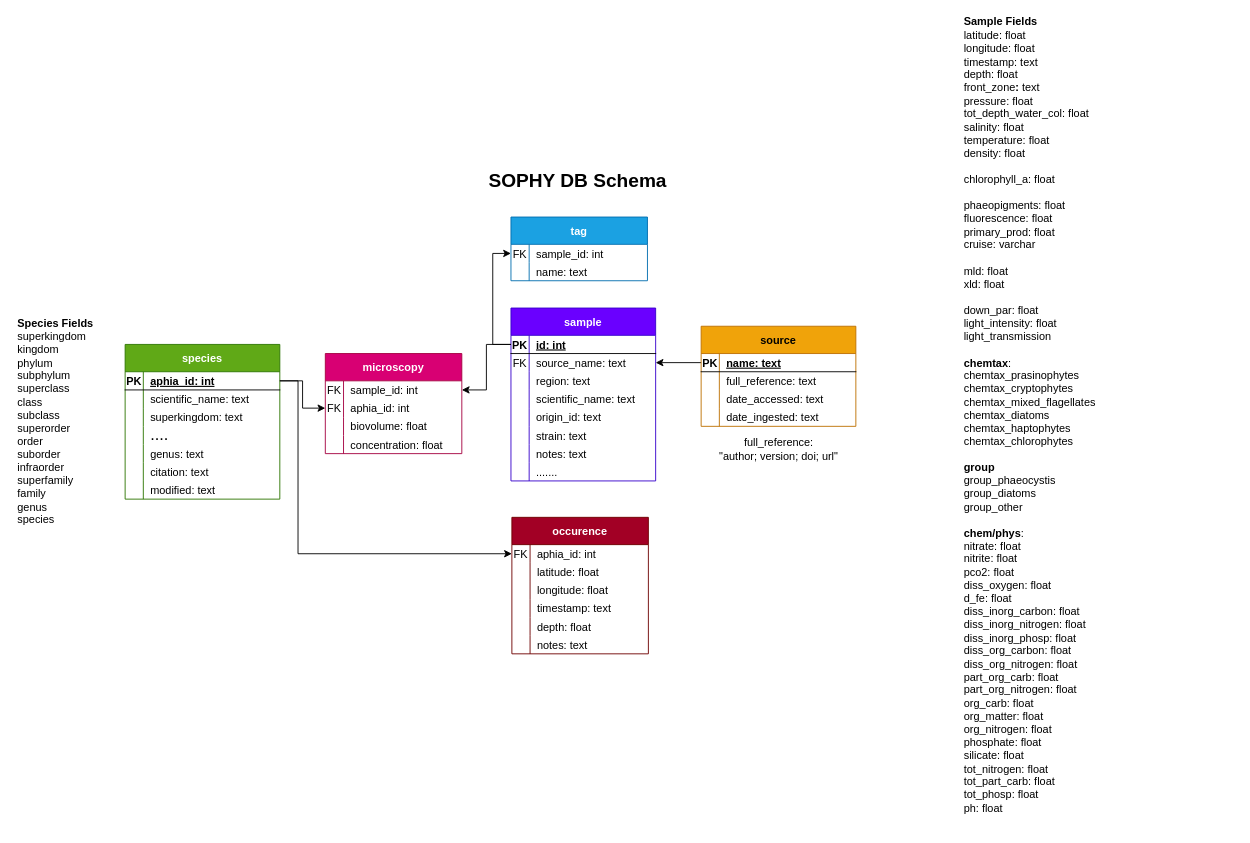
ayushnag/sophy keeps this draw.io diagram as page "schema_v9" (8 of 8) of schemas/sophy.drawio. Above is the earlier version. Source tidied: cells renumbered, new cells numbered last; positions are measured from the earlier drawing's top-left corner, leaving out a move shared by most shapes. Both pictures are drawn from the tidied source at 91%, with x=0, y=0 at pixel (15, 25).
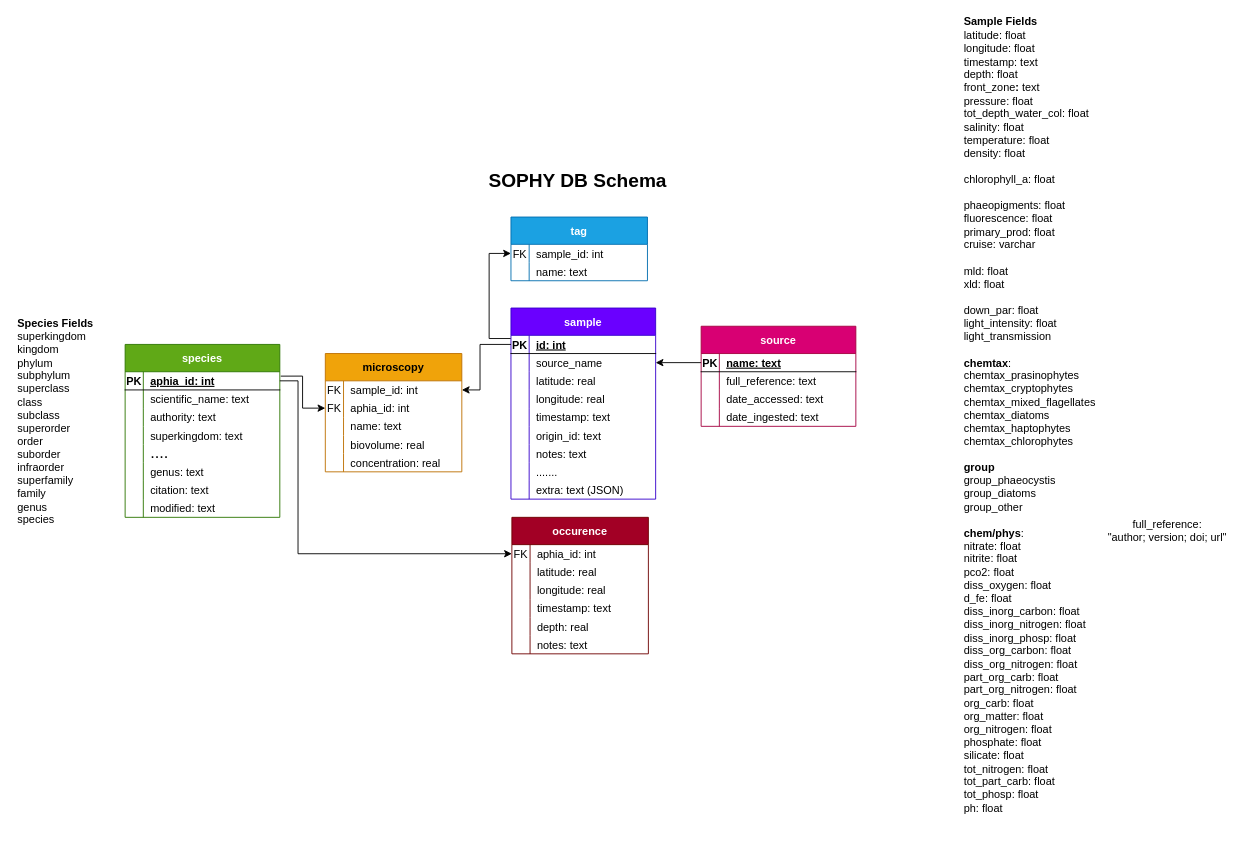
The same diagram, later.

Commit message (it also covers changes not shown here):
Refactored schema to hold JSON data as extra cols

The change refers to these unchanged cells:
```xml
<mxCell id="4" style="shape=partialRectangle;fillColor=none;top=0;left=0;bottom=0;right=0;points=[[0,0.5],[1,0.5]];portConstraint=eastwest;" parent="3" vertex="1">
  <mxGeometry y="30" width="150" height="20" as="geometry" />
</mxCell>
<mxCell id="7" style="shape=partialRectangle;fillColor=none;top=0;left=0;bottom=0;right=0;" parent="3" vertex="1">
  <mxGeometry y="50" width="150" height="20" as="geometry" />
</mxCell>
<mxCell id="10" style="shape=partialRectangle;fillColor=none;top=0;left=0;bottom=0;right=0;" parent="3" vertex="1">
  <mxGeometry y="70" width="150" height="20" as="geometry" />
</mxCell>
<mxCell id="16" style="shape=partialRectangle;fillColor=none;top=0;left=0;bottom=0;right=0;" parent="3" vertex="1">
  <mxGeometry y="110" width="150" height="20" as="geometry" />
</mxCell>
<mxCell id="23" style="shape=partialRectangle;fillColor=none;top=0;left=0;bottom=1;right=0;points=[[0,0.5],[1,0.5]];portConstraint=eastwest;" parent="22" vertex="1">
  <mxGeometry y="30" width="159" height="20" as="geometry" />
</mxCell>
<mxCell id="48" style="shape=partialRectangle;fillColor=none;top=0;left=0;bottom=0;right=0;points=[[0,0.5],[1,0.5]];portConstraint=eastwest;" parent="47" vertex="1">
  <mxGeometry y="30" width="150" height="20" as="geometry" />
</mxCell>
<mxCell id="58" style="shape=partialRectangle;fillColor=none;top=0;left=0;bottom=1;right=0;points=[[0,0.5],[1,0.5]];portConstraint=eastwest;" parent="57" vertex="1">
  <mxGeometry y="30" width="170" height="20" as="geometry" />
</mxCell>
<mxCell id="80" style="group;" parent="1" vertex="1">
  <mxGeometry x="753" y="330" width="170" height="150" as="geometry" />
</mxCell>
<mxCell id="82" style="shape=partialRectangle;fillColor=none;top=0;left=0;bottom=1;right=0;points=[[0,0.5],[1,0.5]];portConstraint=eastwest;" parent="81" vertex="1">
  <mxGeometry y="30" width="170" height="20" as="geometry" />
</mxCell>
<mxCell id="96" style="shape=partialRectangle;fillColor=none;top=0;left=0;bottom=0;right=0;points=[[0,0.5],[1,0.5]];portConstraint=eastwest;" parent="95" vertex="1">
  <mxGeometry y="30" width="150" height="20" as="geometry" />
</mxCell>
<mxCell id="99" style="shape=partialRectangle;fillColor=none;top=0;left=0;bottom=0;right=0;points=[[0,0.5],[1,0.5]];portConstraint=eastwest;" parent="95" vertex="1">
  <mxGeometry y="50" width="150" height="20" as="geometry" />
</mxCell>
```

What changed in the source:
```diff
@@
-    <mxCell id="9" value="latitude: float" style="shape=partialRectangle;fillColor=none;top=0;left=0;bottom=0;right=0;align=left;spacingLeft=6;overflow=hidden;spacing=2;strokeColor=#d6b656;" parent="7" vertex="1">
+    <mxCell id="9" value="latitude: real" style="shape=partialRectangle;fillColor=none;top=0;left=0;bottom=0;right=0;align=left;spacingLeft=6;overflow=hidden;spacing=2;strokeColor=#d6b656;" parent="7" vertex="1">
       <mxGeometry x="20" width="130" height="20" as="geometry" />
     </mxCell>
@@
-    <mxCell id="12" value="longitude: float" style="shape=partialRectangle;fillColor=none;top=0;left=0;bottom=0;right=0;align=left;spacingLeft=6;overflow=hidden;spacing=2;strokeColor=#d6b656;" parent="10" vertex="1">
+    <mxCell id="12" value="longitude: real" style="shape=partialRectangle;fillColor=none;top=0;left=0;bottom=0;right=0;align=left;spacingLeft=6;overflow=hidden;spacing=2;strokeColor=#d6b656;" parent="10" vertex="1">
       <mxGeometry x="20" width="130" height="20" as="geometry" />
     </mxCell>
@@
-    <mxCell id="18" value="depth: float" style="shape=partialRectangle;fillColor=none;top=0;left=0;bottom=0;right=0;align=left;spacingLeft=6;overflow=hidden;spacing=2;strokeColor=#d6b656;" parent="16" vertex="1">
+    <mxCell id="18" value="depth: real" style="shape=partialRectangle;fillColor=none;top=0;left=0;bottom=0;right=0;align=left;spacingLeft=6;overflow=hidden;spacing=2;strokeColor=#d6b656;" parent="16" vertex="1">
       <mxGeometry x="20" width="130" height="20" as="geometry" />
     </mxCell>
@@
     <mxCell id="22" value="sample" style="shape=table;startSize=30;childLayout=tableLayout;rowLines=0;fontStyle=1;align=center;fillColor=#6a00ff;strokeColor=#3700CC;fontColor=#ffffff;" parent="1" vertex="1">
-      <mxGeometry x="544" y="310" width="159" height="190" as="geometry" />
+      <mxGeometry x="544" y="310" width="159" height="210" as="geometry" />
     </mxCell>
@@
+    <mxCell id="111" style="shape=partialRectangle;fillColor=none;top=0;left=0;bottom=0;right=0;points=[[0,0.5],[1,0.5]];portConstraint=eastwest;" parent="22" vertex="1">
+      <mxGeometry y="50" width="159" height="20" as="geometry" />
+    </mxCell>
+    <mxCell id="112" style="shape=partialRectangle;fillColor=none;top=0;left=0;bottom=0;right=0;overflow=hidden;" parent="111" vertex="1">
+      <mxGeometry width="20" height="20" as="geometry" />
+    </mxCell>
+    <mxCell id="113" value="source_name" style="shape=partialRectangle;fillColor=none;top=0;left=0;bottom=0;right=0;align=left;spacingLeft=6;overflow=hidden;" parent="111" vertex="1">
+      <mxGeometry x="20" width="139" height="20" as="geometry" />
+    </mxCell>
     <mxCell id="26" style="shape=partialRectangle;fillColor=none;top=0;left=0;bottom=0;right=0;points=[[0,0.5],[1,0.5]];portConstraint=eastwest;" parent="22" vertex="1">
-      <mxGeometry y="50" width="159" height="20" as="geometry" />
+      <mxGeometry y="70" width="159" height="20" as="geometry" />
     </mxCell>
-    <mxCell id="27" value="FK" style="shape=partialRectangle;fillColor=none;top=0;left=0;bottom=0;right=0;overflow=hidden;" parent="26" vertex="1">
+    <mxCell id="27" style="shape=partialRectangle;fillColor=none;top=0;left=0;bottom=0;right=0;overflow=hidden;" parent="26" vertex="1">
       <mxGeometry width="20" height="20" as="geometry" />
     </mxCell>
-    <mxCell id="28" value="source_name: text" style="shape=partialRectangle;fillColor=none;top=0;left=0;bottom=0;right=0;align=left;spacingLeft=6;overflow=hidden;" parent="26" vertex="1">
+    <mxCell id="28" value="latitude: real" style="shape=partialRectangle;fillColor=none;top=0;left=0;bottom=0;right=0;align=left;spacingLeft=6;overflow=hidden;" parent="26" vertex="1">
       <mxGeometry x="20" width="139" height="20" as="geometry" />
     </mxCell>
     <mxCell id="29" style="shape=partialRectangle;fillColor=none;top=0;left=0;bottom=0;right=0;" parent="22" vertex="1">
-      <mxGeometry y="70" width="159" height="20" as="geometry" />
+      <mxGeometry y="90" width="159" height="20" as="geometry" />
     </mxCell>
@@
-    <mxCell id="31" value="region: text" style="shape=partialRectangle;fillColor=none;top=0;left=0;bottom=0;right=0;align=left;spacingLeft=6;overflow=hidden;strokeColor=#d6b656;" parent="29" vertex="1">
+    <mxCell id="31" value="longitude: real" style="shape=partialRectangle;fillColor=none;top=0;left=0;bottom=0;right=0;align=left;spacingLeft=6;overflow=hidden;strokeColor=#d6b656;" parent="29" vertex="1">
       <mxGeometry x="20" width="139" height="20" as="geometry" />
     </mxCell>
     <mxCell id="32" style="shape=partialRectangle;fillColor=none;top=0;left=0;bottom=0;right=0;" parent="22" vertex="1">
-      <mxGeometry y="90" width="159" height="20" as="geometry" />
+      <mxGeometry y="110" width="159" height="20" as="geometry" />
     </mxCell>
@@
-    <mxCell id="34" value="scientific_name: text" style="shape=partialRectangle;fillColor=none;top=0;left=0;bottom=0;right=0;align=left;spacingLeft=6;overflow=hidden;strokeColor=#d6b656;" parent="32" vertex="1">
+    <mxCell id="34" value="timestamp: text" style="shape=partialRectangle;fillColor=none;top=0;left=0;bottom=0;right=0;align=left;spacingLeft=6;overflow=hidden;strokeColor=#d6b656;" parent="32" vertex="1">
       <mxGeometry x="20" width="139" height="20" as="geometry" />
     </mxCell>
     <mxCell id="35" style="shape=partialRectangle;fillColor=none;top=0;left=0;bottom=0;right=0;" parent="22" vertex="1">
-      <mxGeometry y="110" width="159" height="20" as="geometry" />
+      <mxGeometry y="130" width="159" height="20" as="geometry" />
     </mxCell>
@@
-    <mxCell id="38" style="shape=partialRectangle;fillColor=none;top=0;left=0;bottom=0;right=0;" parent="22" vertex="1">
-      <mxGeometry y="130" width="159" height="20" as="geometry" />
-    </mxCell>
-    <mxCell id="39" style="shape=partialRectangle;fillColor=none;top=0;left=0;bottom=0;right=0;overflow=hidden;" parent="38" vertex="1">
-      <mxGeometry width="20" height="20" as="geometry" />
-    </mxCell>
-    <mxCell id="40" value="strain: text" style="shape=partialRectangle;fillColor=none;top=0;left=0;bottom=0;right=0;align=left;spacingLeft=6;overflow=hidden;" parent="38" vertex="1">
-      <mxGeometry x="20" width="139" height="20" as="geometry" />
-    </mxCell>
@@
+    <mxCell id="114" style="shape=partialRectangle;fillColor=none;top=0;left=0;bottom=0;right=0;align=left;" parent="22" vertex="1">
+      <mxGeometry y="190" width="159" height="20" as="geometry" />
+    </mxCell>
+    <mxCell id="115" style="shape=partialRectangle;fillColor=none;top=0;left=0;bottom=0;right=0;overflow=hidden;" parent="114" vertex="1">
+      <mxGeometry width="20" height="20" as="geometry" />
+    </mxCell>
+    <mxCell id="116" value="extra: text (JSON)" style="shape=partialRectangle;fillColor=none;top=0;left=0;bottom=0;right=0;align=left;spacingLeft=6;overflow=hidden;" parent="114" vertex="1">
+      <mxGeometry x="20" width="139" height="20" as="geometry" />
+    </mxCell>
@@
-    <mxCell id="54" style="edgeStyle=orthogonalEdgeStyle;rounded=0;jettySize=auto;html=1;exitX=0;exitY=0.5;exitDx=0;exitDy=0;entryX=1;entryY=0.5;entryDx=0;entryDy=0;fontSize=18;" parent="1" edge="1" source="82" target="26">
+    <mxCell id="54" style="edgeStyle=orthogonalEdgeStyle;rounded=0;jettySize=auto;html=1;exitX=0;exitY=0.5;exitDx=0;exitDy=0;entryX=1;entryY=0.5;entryDx=0;entryDy=0;fontSize=18;" parent="1" edge="1" source="82" target="111">
       <mxGeometry relative="1" as="geometry" />
     </mxCell>
-    <mxCell id="55" style="edgeStyle=orthogonalEdgeStyle;rounded=0;jettySize=auto;html=1;exitX=0;exitY=0.5;exitDx=0;exitDy=0;entryX=0;entryY=0.5;entryDx=0;entryDy=0;fontSize=18;" parent="1" edge="1" source="23" target="48">
-      <mxGeometry relative="1" as="geometry" />
+    <mxCell id="55" style="edgeStyle=orthogonalEdgeStyle;rounded=0;jettySize=auto;html=1;exitX=-0.002;exitY=0.175;exitDx=0;exitDy=0;entryX=0;entryY=0.5;entryDx=0;entryDy=0;fontSize=18;exitPerimeter=0;" parent="1" edge="1" source="23" target="48">
+      <mxGeometry relative="1" as="geometry">
+        <Array as="points">
+          <mxPoint x="520" y="344" />
+          <mxPoint x="520" y="250" />
+        </Array>
+      </mxGeometry>
     </mxCell>
@@
     <mxCell id="57" value="species" style="shape=table;startSize=30;childLayout=tableLayout;rowLines=0;fontStyle=1;align=center;fillColor=#60a917;strokeColor=#2D7600;fontColor=#ffffff;" parent="1" vertex="1">
-      <mxGeometry x="120" y="350" width="170" height="170" as="geometry" />
+      <mxGeometry x="120" y="350" width="170" height="190" as="geometry" />
     </mxCell>
@@
+    <mxCell id="117" style="shape=partialRectangle;fillColor=none;top=0;left=0;bottom=0;right=0;" parent="57" vertex="1">
+      <mxGeometry y="70" width="170" height="20" as="geometry" />
+    </mxCell>
+    <mxCell id="118" style="shape=partialRectangle;fillColor=none;top=0;left=0;bottom=0;right=0;overflow=hidden;" parent="117" vertex="1">
+      <mxGeometry width="20" height="20" as="geometry" />
+    </mxCell>
+    <mxCell id="119" value="authority: text" style="shape=partialRectangle;fillColor=none;top=0;left=0;bottom=0;right=0;align=left;spacingLeft=6;overflow=hidden;spacing=2;strokeColor=#d6b656;" parent="117" vertex="1">
+      <mxGeometry x="20" width="150" height="20" as="geometry" />
+    </mxCell>
     <mxCell id="64" style="shape=partialRectangle;fillColor=none;top=0;left=0;bottom=0;right=0;" parent="57" vertex="1">
-      <mxGeometry y="70" width="170" height="20" as="geometry" />
+      <mxGeometry y="90" width="170" height="20" as="geometry" />
     </mxCell>
@@
     <mxCell id="67" style="shape=partialRectangle;fillColor=none;top=0;left=0;bottom=0;right=0;" parent="57" vertex="1">
-      <mxGeometry y="90" width="170" height="20" as="geometry" />
+      <mxGeometry y="110" width="170" height="20" as="geometry" />
     </mxCell>
@@
     <mxCell id="70" style="shape=partialRectangle;fillColor=none;top=0;left=0;bottom=0;right=0;align=left;" parent="57" vertex="1">
-      <mxGeometry y="110" width="170" height="20" as="geometry" />
+      <mxGeometry y="130" width="170" height="20" as="geometry" />
     </mxCell>
@@
     <mxCell id="73" style="shape=partialRectangle;fillColor=none;top=0;left=0;bottom=0;right=0;align=left;" parent="57" vertex="1">
-      <mxGeometry y="130" width="170" height="20" as="geometry" />
+      <mxGeometry y="150" width="170" height="20" as="geometry" />
     </mxCell>
@@
     <mxCell id="76" style="shape=partialRectangle;fillColor=none;top=0;left=0;bottom=0;right=0;align=left;" parent="57" vertex="1">
-      <mxGeometry y="150" width="170" height="20" as="geometry" />
+      <mxGeometry y="170" width="170" height="20" as="geometry" />
     </mxCell>
@@
-    <mxCell id="81" value="source" style="shape=table;startSize=30;childLayout=tableLayout;rowLines=0;fontStyle=1;align=center;fillColor=#f0a30a;strokeColor=#BD7000;fontColor=#000000;" parent="80" vertex="1">
+    <mxCell id="81" value="source" style="shape=table;startSize=30;childLayout=tableLayout;rowLines=0;fontStyle=1;align=center;fillColor=#d80073;strokeColor=#A50040;fontColor=#ffffff;" parent="80" vertex="1">
       <mxGeometry width="170" height="110" as="geometry" />
     </mxCell>
@@
-    <mxCell id="94" value="full_reference:&lt;br&gt;&quot;author; version; doi; url&quot;" style="text;html=1;align=center;verticalAlign=middle;strokeColor=none;fillColor=none;" parent="80" vertex="1">
-      <mxGeometry x="10" y="120" width="150" height="30" as="geometry" />
-    </mxCell>
-    <mxCell id="95" value="microscopy" style="shape=table;startSize=30;childLayout=tableLayout;rowLines=0;fontStyle=1;align=center;strokeColor=#A50040;fillColor=#d80073;fontColor=#ffffff;" parent="1" vertex="1">
-      <mxGeometry x="340" y="360" width="150" height="110" as="geometry" />
+    <mxCell id="95" value="microscopy" style="shape=table;startSize=30;childLayout=tableLayout;rowLines=0;fontStyle=1;align=center;strokeColor=#BD7000;fillColor=#f0a30a;fontColor=#000000;" parent="1" vertex="1">
+      <mxGeometry x="340" y="360" width="150" height="130" as="geometry" />
     </mxCell>
@@
+    <mxCell id="120" style="shape=partialRectangle;fillColor=none;top=0;left=0;bottom=0;right=0;" parent="95" vertex="1">
+      <mxGeometry y="70" width="150" height="20" as="geometry" />
+    </mxCell>
+    <mxCell id="121" style="shape=partialRectangle;fillColor=none;top=0;left=0;bottom=0;right=0;overflow=hidden;" parent="120" vertex="1">
+      <mxGeometry width="20" height="20" as="geometry" />
+    </mxCell>
+    <mxCell id="122" value="name: text" style="shape=partialRectangle;fillColor=none;top=0;left=0;bottom=0;right=0;align=left;spacingLeft=6;overflow=hidden;spacing=2;strokeColor=#d6b656;" parent="120" vertex="1">
+      <mxGeometry x="20" width="130" height="20" as="geometry" />
+    </mxCell>
     <mxCell id="102" style="shape=partialRectangle;fillColor=none;top=0;left=0;bottom=0;right=0;" parent="95" vertex="1">
-      <mxGeometry y="70" width="150" height="20" as="geometry" />
+      <mxGeometry y="90" width="150" height="20" as="geometry" />
     </mxCell>
@@
-    <mxCell id="104" value="biovolume: float" style="shape=partialRectangle;fillColor=none;top=0;left=0;bottom=0;right=0;align=left;spacingLeft=6;overflow=hidden;spacing=2;strokeColor=#d6b656;" parent="102" vertex="1">
+    <mxCell id="104" value="biovolume: real" style="shape=partialRectangle;fillColor=none;top=0;left=0;bottom=0;right=0;align=left;spacingLeft=6;overflow=hidden;spacing=2;strokeColor=#d6b656;" parent="102" vertex="1">
       <mxGeometry x="20" width="130" height="20" as="geometry" />
     </mxCell>
     <mxCell id="105" style="shape=partialRectangle;fillColor=none;top=0;left=0;bottom=0;right=0;" parent="95" vertex="1">
-      <mxGeometry y="90" width="150" height="20" as="geometry" />
+      <mxGeometry y="110" width="150" height="20" as="geometry" />
     </mxCell>
@@
-    <mxCell id="107" value="concentration: float" style="shape=partialRectangle;fillColor=none;top=0;left=0;bottom=0;right=0;align=left;spacingLeft=6;overflow=hidden;spacing=2;strokeColor=#d6b656;" parent="105" vertex="1">
+    <mxCell id="107" value="concentration: real" style="shape=partialRectangle;fillColor=none;top=0;left=0;bottom=0;right=0;align=left;spacingLeft=6;overflow=hidden;spacing=2;strokeColor=#d6b656;" parent="105" vertex="1">
       <mxGeometry x="20" width="130" height="20" as="geometry" />
     </mxCell>
-    <mxCell id="108" style="edgeStyle=orthogonalEdgeStyle;rounded=0;jettySize=auto;html=1;exitX=1;exitY=0.5;exitDx=0;exitDy=0;entryX=0;entryY=0.5;entryDx=0;entryDy=0;" parent="1" edge="1" source="58" target="99">
+    <mxCell id="108" style="edgeStyle=orthogonalEdgeStyle;rounded=0;jettySize=auto;html=1;exitX=1.006;exitY=0.242;exitDx=0;exitDy=0;entryX=0;entryY=0.5;entryDx=0;entryDy=0;exitPerimeter=0;" parent="1" edge="1" source="58" target="99">
       <mxGeometry relative="1" as="geometry" />
     </mxCell>
-    <mxCell id="109" style="edgeStyle=orthogonalEdgeStyle;rounded=0;jettySize=auto;html=1;exitX=0;exitY=0.5;exitDx=0;exitDy=0;entryX=1;entryY=0.5;entryDx=0;entryDy=0;" parent="1" edge="1" source="23" target="96">
-      <mxGeometry relative="1" as="geometry" />
+    <mxCell id="109" style="edgeStyle=orthogonalEdgeStyle;rounded=0;jettySize=auto;html=1;entryX=1;entryY=0.5;entryDx=0;entryDy=0;exitX=0;exitY=0.5;exitDx=0;exitDy=0;" parent="1" edge="1" source="23" target="96">
+      <mxGeometry relative="1" as="geometry">
+        <Array as="points">
+          <mxPoint x="510" y="350" />
+          <mxPoint x="510" y="400" />
+        </Array>
+      </mxGeometry>
     </mxCell>
-    <mxCell id="110" style="edgeStyle=orthogonalEdgeStyle;rounded=0;jettySize=auto;html=1;exitX=1;exitY=0.5;exitDx=0;exitDy=0;entryX=0;entryY=0.5;entryDx=0;entryDy=0;" parent="1" edge="1" source="58" target="4">
+    <mxCell id="110" style="edgeStyle=orthogonalEdgeStyle;rounded=0;jettySize=auto;html=1;entryX=0;entryY=0.5;entryDx=0;entryDy=0;" parent="1" edge="1" target="4">
       <mxGeometry relative="1" as="geometry">
+        <mxPoint x="290" y="390" as="sourcePoint" />
         <Array as="points">
           <mxPoint x="310" y="390" />
           <mxPoint x="310" y="580" />
         </Array>
       </mxGeometry>
     </mxCell>
+    <mxCell id="94" value="full_reference:&lt;br&gt;&quot;author; version; doi; url&quot;" style="text;html=1;align=center;verticalAlign=middle;strokeColor=none;fillColor=none;" parent="1" vertex="1">
+      <mxGeometry x="1190" y="540" width="150" height="30" as="geometry" />
+    </mxCell>
```
